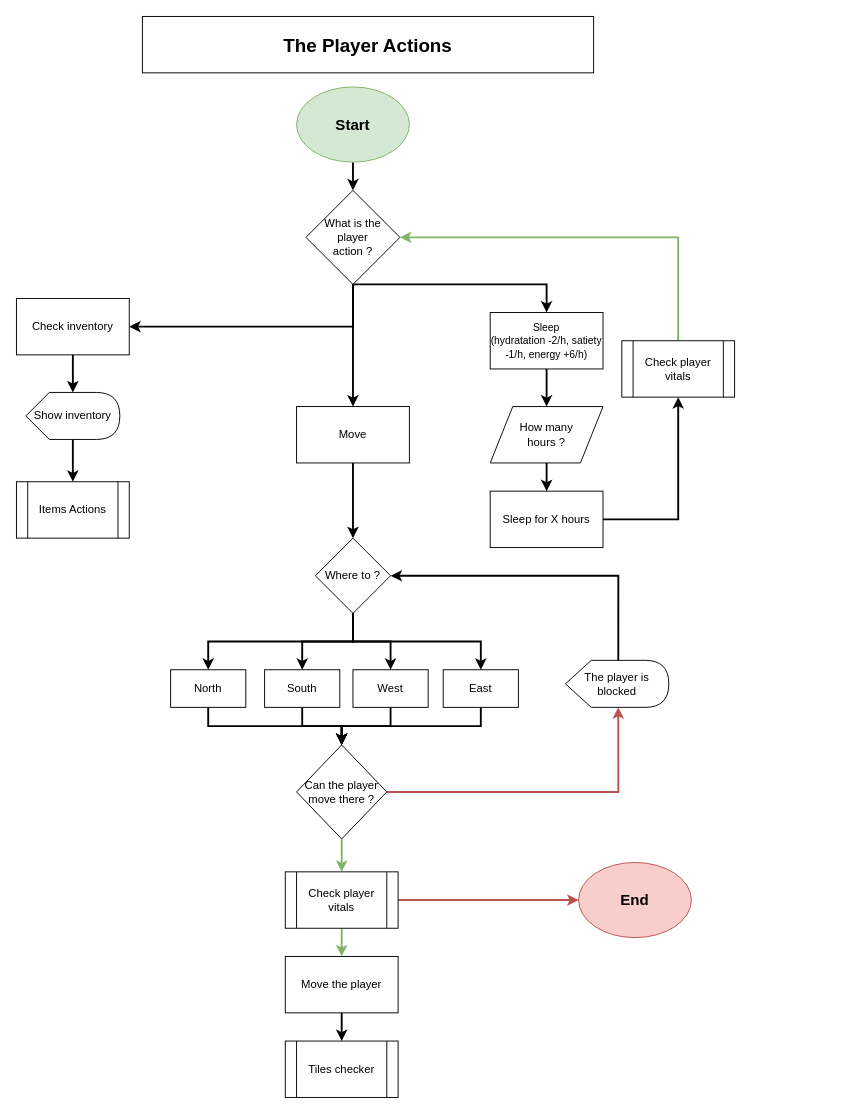
Before: page "player_actions" (3 of 6) of flow_charts.drawio in StendWood/the-mysterious-island, a draw.io diagram. Source tidied: cells renumbered, new cells numbered last; positions are measured from the earlier drawing's top-left corner, leaving out a move shared by most shapes. Both pictures are drawn from the tidied source at 94%, with x=0, y=0 at pixel (16, 16).
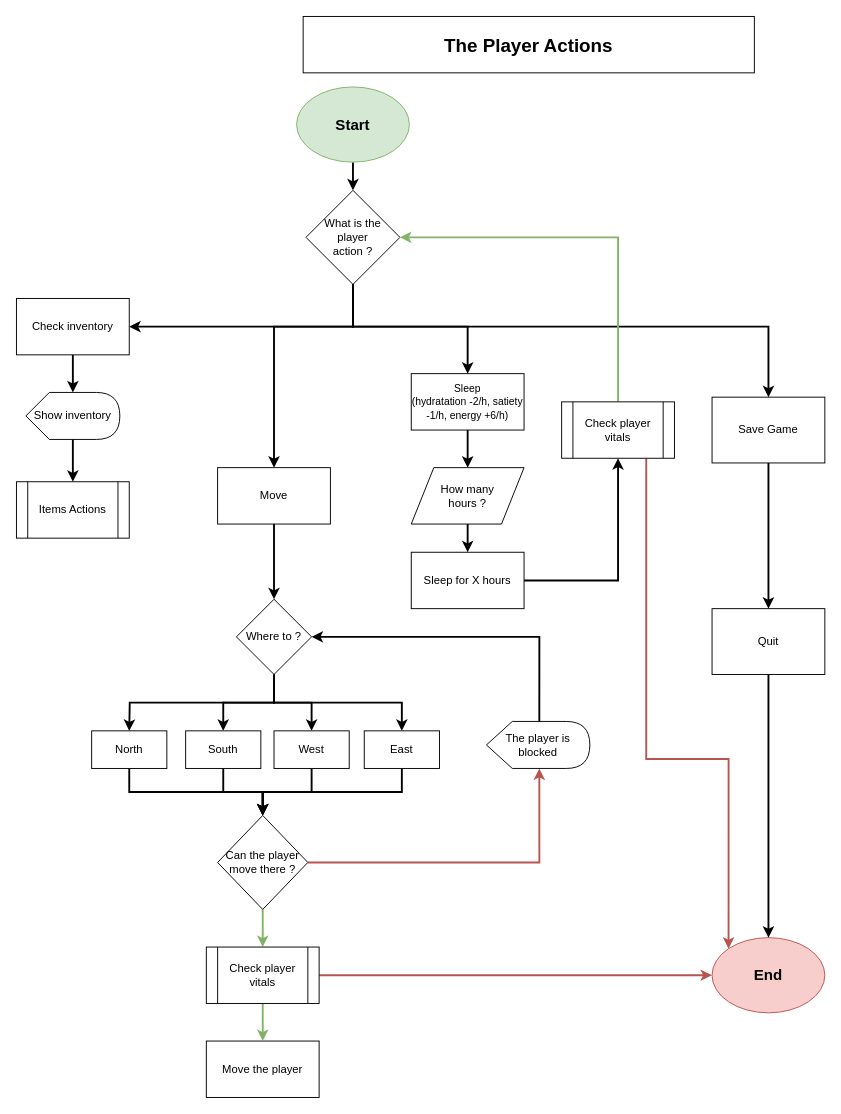
After the change.

The change refers to these unchanged cells:
```xml
<mxCell id="8" value="What is the &lt;br&gt;player &lt;br&gt;action ?" style="rhombus;whiteSpace=wrap;html=1;strokeColor=#000000;" parent="1" vertex="1">
  <mxGeometry x="308" y="185" width="100" height="100" as="geometry" />
</mxCell>
```

Change to the diagram source:
```diff
@@
     <mxCell id="2" value="&lt;span style=&quot;font-size: 20px&quot;&gt;&lt;b&gt;The Player Actions&lt;/b&gt;&lt;/span&gt;" style="rounded=0;whiteSpace=wrap;html=1;" parent="1" vertex="1">
-      <mxGeometry x="134" width="480" height="60" as="geometry" />
+      <mxGeometry x="305" width="480" height="60" as="geometry" />
     </mxCell>
@@
     <mxCell id="5" style="edgeStyle=orthogonalEdgeStyle;rounded=0;jettySize=auto;html=1;exitX=0.5;exitY=1;exitDx=0;exitDy=0;entryX=0.5;entryY=0;entryDx=0;entryDy=0;strokeWidth=2;" parent="1" edge="1" source="8" target="10">
-      <mxGeometry relative="1" as="geometry" />
+      <mxGeometry relative="1" as="geometry">
+        <Array as="points">
+          <mxPoint x="358" y="330" />
+          <mxPoint x="274" y="330" />
+        </Array>
+      </mxGeometry>
     </mxCell>
     <mxCell id="6" style="edgeStyle=orthogonalEdgeStyle;rounded=0;jettySize=auto;html=1;exitX=0.5;exitY=1;exitDx=0;exitDy=0;entryX=0.5;entryY=0;entryDx=0;entryDy=0;strokeWidth=2;" parent="1" edge="1" source="8" target="12">
       <mxGeometry relative="1" as="geometry">
         <Array as="points">
-          <mxPoint x="564" y="285" />
+          <mxPoint x="358" y="330" />
+          <mxPoint x="480" y="330" />
         </Array>
       </mxGeometry>
     </mxCell>
@@
+    <mxCell id="49" style="edgeStyle=orthogonalEdgeStyle;rounded=0;jettySize=auto;html=1;exitX=0.5;exitY=1;exitDx=0;exitDy=0;entryX=0.5;entryY=0;entryDx=0;entryDy=0;strokeWidth=2;" parent="1" edge="1" source="8" target="52">
+      <mxGeometry relative="1" as="geometry">
+        <Array as="points">
+          <mxPoint x="358" y="330" />
+          <mxPoint x="800" y="330" />
+        </Array>
+      </mxGeometry>
+    </mxCell>
@@
     <mxCell id="10" value="Move" style="rounded=0;whiteSpace=wrap;html=1;strokeColor=#000000;" parent="1" vertex="1">
-      <mxGeometry x="298" y="415" width="120" height="60" as="geometry" />
+      <mxGeometry x="214" y="480" width="120" height="60" as="geometry" />
     </mxCell>
@@
     <mxCell id="12" value="&lt;font style=&quot;font-size: 11px&quot;&gt;Sleep&lt;br&gt;(hydratation -2/h, satiety -1/h, energy +6/h)&lt;/font&gt;" style="rounded=0;whiteSpace=wrap;html=1;strokeColor=#000000;" parent="1" vertex="1">
-      <mxGeometry x="504" y="315" width="120" height="60" as="geometry" />
+      <mxGeometry x="420" y="380" width="120" height="60" as="geometry" />
     </mxCell>
-    <mxCell id="13" style="edgeStyle=orthogonalEdgeStyle;rounded=0;jettySize=auto;html=1;exitX=0.5;exitY=1;exitDx=0;exitDy=0;entryX=0.5;entryY=0;entryDx=0;entryDy=0;strokeWidth=2;" parent="1" edge="1" source="17" target="19">
-      <mxGeometry relative="1" as="geometry" />
+    <mxCell id="13" style="edgeStyle=orthogonalEdgeStyle;rounded=0;jettySize=auto;html=1;exitX=0.5;exitY=1;exitDx=0;exitDy=0;entryX=0.5;entryY=0;entryDx=0;entryDy=0;strokeWidth=2;" parent="1" edge="1" source="17">
+      <mxGeometry relative="1" as="geometry">
+        <mxPoint x="120" y="760" as="targetPoint" />
+      </mxGeometry>
     </mxCell>
@@
     <mxCell id="17" value="Where to ?" style="rhombus;whiteSpace=wrap;html=1;strokeColor=#000000;" parent="1" vertex="1">
-      <mxGeometry x="318" y="555" width="80" height="80" as="geometry" />
+      <mxGeometry x="234" y="620" width="80" height="80" as="geometry" />
     </mxCell>
-    <mxCell id="18" style="edgeStyle=orthogonalEdgeStyle;rounded=0;jettySize=auto;html=1;exitX=0.5;exitY=1;exitDx=0;exitDy=0;strokeWidth=2;" parent="1" edge="1" source="19" target="32">
+    <mxCell id="18" style="edgeStyle=orthogonalEdgeStyle;rounded=0;jettySize=auto;html=1;exitX=0.5;exitY=1;exitDx=0;exitDy=0;entryX=0.5;entryY=0;entryDx=0;entryDy=0;strokeWidth=2;" parent="1" edge="1" source="19" target="32">
       <mxGeometry relative="1" as="geometry" />
     </mxCell>
     <mxCell id="19" value="North" style="rounded=0;whiteSpace=wrap;html=1;strokeColor=#000000;" parent="1" vertex="1">
-      <mxGeometry x="164" y="695" width="80" height="40" as="geometry" />
+      <mxGeometry x="80" y="760" width="80" height="40" as="geometry" />
     </mxCell>
@@
     <mxCell id="21" value="South" style="rounded=0;whiteSpace=wrap;html=1;strokeColor=#000000;" parent="1" vertex="1">
-      <mxGeometry x="264" y="695" width="80" height="40" as="geometry" />
+      <mxGeometry x="180" y="760" width="80" height="40" as="geometry" />
     </mxCell>
@@
     <mxCell id="23" value="West" style="rounded=0;whiteSpace=wrap;html=1;strokeColor=#000000;" parent="1" vertex="1">
-      <mxGeometry x="358" y="695" width="80" height="40" as="geometry" />
+      <mxGeometry x="274" y="760" width="80" height="40" as="geometry" />
     </mxCell>
@@
     <mxCell id="25" value="East" style="rounded=0;whiteSpace=wrap;html=1;strokeColor=#000000;" parent="1" vertex="1">
-      <mxGeometry x="454" y="695" width="80" height="40" as="geometry" />
+      <mxGeometry x="370" y="760" width="80" height="40" as="geometry" />
     </mxCell>
@@
     <mxCell id="27" value="How many &lt;br&gt;hours ?" style="shape=parallelogram;perimeter=parallelogramPerimeter;whiteSpace=wrap;html=1;strokeColor=#000000;" parent="1" vertex="1">
-      <mxGeometry x="504" y="415" width="120" height="60" as="geometry" />
+      <mxGeometry x="420" y="480" width="120" height="60" as="geometry" />
     </mxCell>
@@
     <mxCell id="29" value="Sleep for X hours" style="rounded=0;whiteSpace=wrap;html=1;strokeColor=#000000;" parent="1" vertex="1">
-      <mxGeometry x="504" y="505" width="120" height="60" as="geometry" />
+      <mxGeometry x="420" y="570" width="120" height="60" as="geometry" />
     </mxCell>
@@
     <mxCell id="32" value="Can the player move there ?" style="rhombus;whiteSpace=wrap;html=1;strokeColor=#000000;" parent="1" vertex="1">
-      <mxGeometry x="298" y="775" width="96" height="100" as="geometry" />
+      <mxGeometry x="214" y="850" width="96" height="100" as="geometry" />
     </mxCell>
@@
     <mxCell id="34" value="The player is blocked" style="shape=display;whiteSpace=wrap;html=1;strokeColor=#000000;" parent="1" vertex="1">
-      <mxGeometry x="584" y="685" width="110" height="50" as="geometry" />
+      <mxGeometry x="500" y="750" width="110" height="50" as="geometry" />
     </mxCell>
-    <mxCell id="35" style="edgeStyle=orthogonalEdgeStyle;rounded=0;jettySize=auto;html=1;exitX=0.5;exitY=1;exitDx=0;exitDy=0;entryX=0.5;entryY=0;entryDx=0;entryDy=0;strokeWidth=2;" parent="1" edge="1" source="36" target="48">
-      <mxGeometry relative="1" as="geometry" />
-    </mxCell>
     <mxCell id="36" value="Move the player" style="rounded=0;whiteSpace=wrap;html=1;strokeColor=#000000;" parent="1" vertex="1">
-      <mxGeometry x="286" y="1000" width="120" height="60" as="geometry" />
+      <mxGeometry x="202" y="1090" width="120" height="60" as="geometry" />
     </mxCell>
     <mxCell id="37" style="edgeStyle=orthogonalEdgeStyle;rounded=0;jettySize=auto;html=1;exitX=0.5;exitY=0;exitDx=0;exitDy=0;entryX=1;entryY=0.5;entryDx=0;entryDy=0;strokeWidth=2;fillColor=#d5e8d4;strokeColor=#82b366;" parent="1" edge="1" source="38" target="8">
-      <mxGeometry relative="1" as="geometry" />
+      <mxGeometry relative="1" as="geometry">
+        <Array as="points">
+          <mxPoint x="640" y="235" />
+        </Array>
+      </mxGeometry>
     </mxCell>
+    <mxCell id="50" style="edgeStyle=orthogonalEdgeStyle;rounded=0;jettySize=auto;html=1;exitX=0.75;exitY=1;exitDx=0;exitDy=0;entryX=0;entryY=0;entryDx=0;entryDy=0;strokeWidth=2;fillColor=#f8cecc;strokeColor=#b85450;" parent="1" edge="1" source="38" target="42">
+      <mxGeometry relative="1" as="geometry">
+        <Array as="points">
+          <mxPoint x="670" y="790" />
+          <mxPoint x="758" y="790" />
+        </Array>
+      </mxGeometry>
+    </mxCell>
     <mxCell id="38" value="Check player vitals" style="shape=process;whiteSpace=wrap;html=1;backgroundOutline=1;strokeColor=#000000;" parent="1" vertex="1">
-      <mxGeometry x="644" y="345" width="120" height="60" as="geometry" />
+      <mxGeometry x="580" y="410" width="120" height="60" as="geometry" />
     </mxCell>
@@
     <mxCell id="41" value="Check player vitals" style="shape=process;whiteSpace=wrap;html=1;backgroundOutline=1;strokeColor=#000000;" parent="1" vertex="1">
-      <mxGeometry x="286" y="910" width="120" height="60" as="geometry" />
+      <mxGeometry x="202" y="990" width="120" height="60" as="geometry" />
     </mxCell>
     <mxCell id="42" value="&lt;b&gt;&lt;font style=&quot;font-size: 16px&quot;&gt;End&lt;br&gt;&lt;/font&gt;&lt;/b&gt;" style="ellipse;whiteSpace=wrap;html=1;strokeColor=#b85450;fillColor=#f8cecc;" parent="1" vertex="1">
-      <mxGeometry x="598" y="900" width="120" height="80" as="geometry" />
+      <mxGeometry x="740" y="980" width="120" height="80" as="geometry" />
     </mxCell>
@@
-    <mxCell id="48" value="Tiles checker" style="shape=process;whiteSpace=wrap;html=1;backgroundOutline=1;strokeColor=#000000;" parent="1" vertex="1">
-      <mxGeometry x="286" y="1090" width="120" height="60" as="geometry" />
-    </mxCell>
+    <mxCell id="51" style="edgeStyle=orthogonalEdgeStyle;rounded=0;jettySize=auto;html=1;exitX=0.5;exitY=1;exitDx=0;exitDy=0;entryX=0.5;entryY=0;entryDx=0;entryDy=0;strokeWidth=2;" parent="1" edge="1" source="53" target="42">
+      <mxGeometry relative="1" as="geometry" />
+    </mxCell>
+    <mxCell id="52" value="Save Game" style="rounded=0;whiteSpace=wrap;html=1;strokeColor=#000000;" parent="1" vertex="1">
+      <mxGeometry x="740" y="405" width="120" height="70" as="geometry" />
+    </mxCell>
+    <mxCell id="53" value="Quit" style="rounded=0;whiteSpace=wrap;html=1;strokeColor=#000000;" parent="1" vertex="1">
+      <mxGeometry x="740" y="630" width="120" height="70" as="geometry" />
+    </mxCell>
+    <mxCell id="54" style="edgeStyle=orthogonalEdgeStyle;rounded=0;jettySize=auto;html=1;exitX=0.5;exitY=1;exitDx=0;exitDy=0;entryX=0.5;entryY=0;entryDx=0;entryDy=0;strokeWidth=2;" parent="1" edge="1" source="52" target="53">
+      <mxGeometry relative="1" as="geometry" />
+    </mxCell>
```
